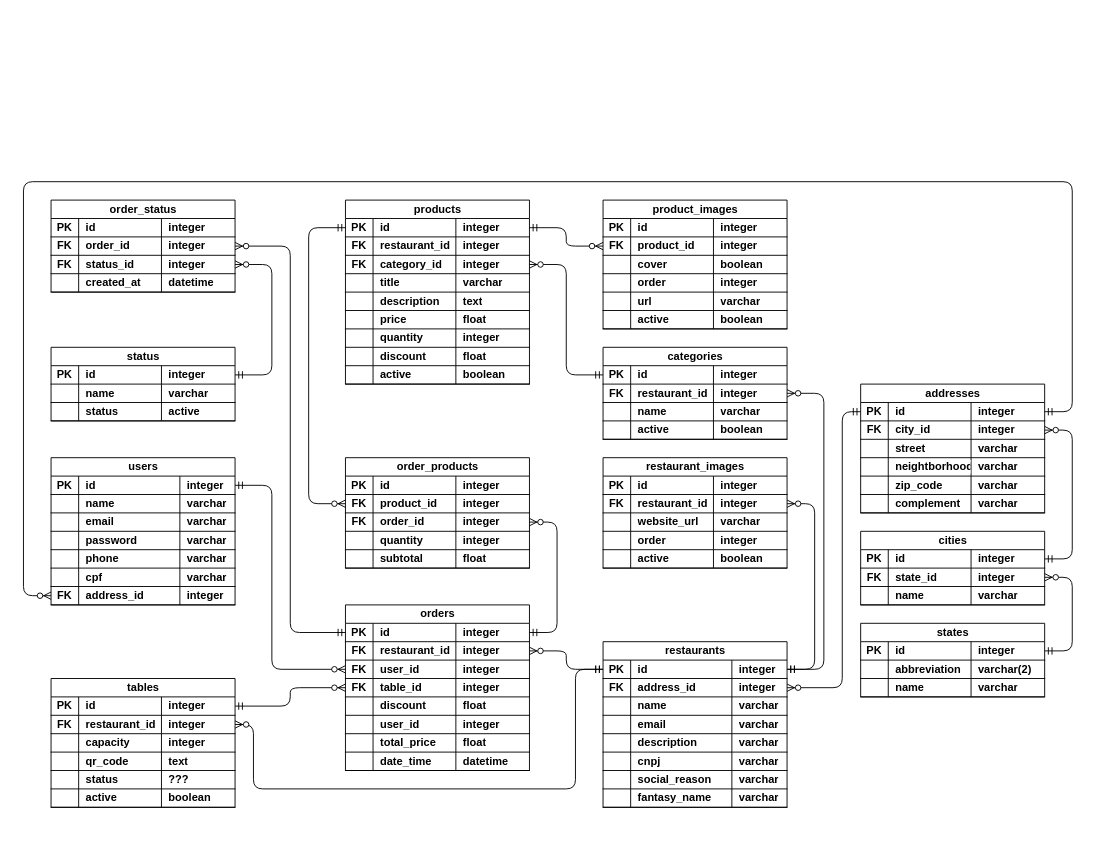
The draw.io diagram UML.drawio in univesp-pium/apprestaurantes, before the edit. Source tidied: cells renumbered, new cells numbered last; positions are measured from the earlier drawing's top-left corner, leaving out a move shared by most shapes. Both pictures are drawn from the tidied source at 92%, with x=0, y=0 at pixel (23, 181).
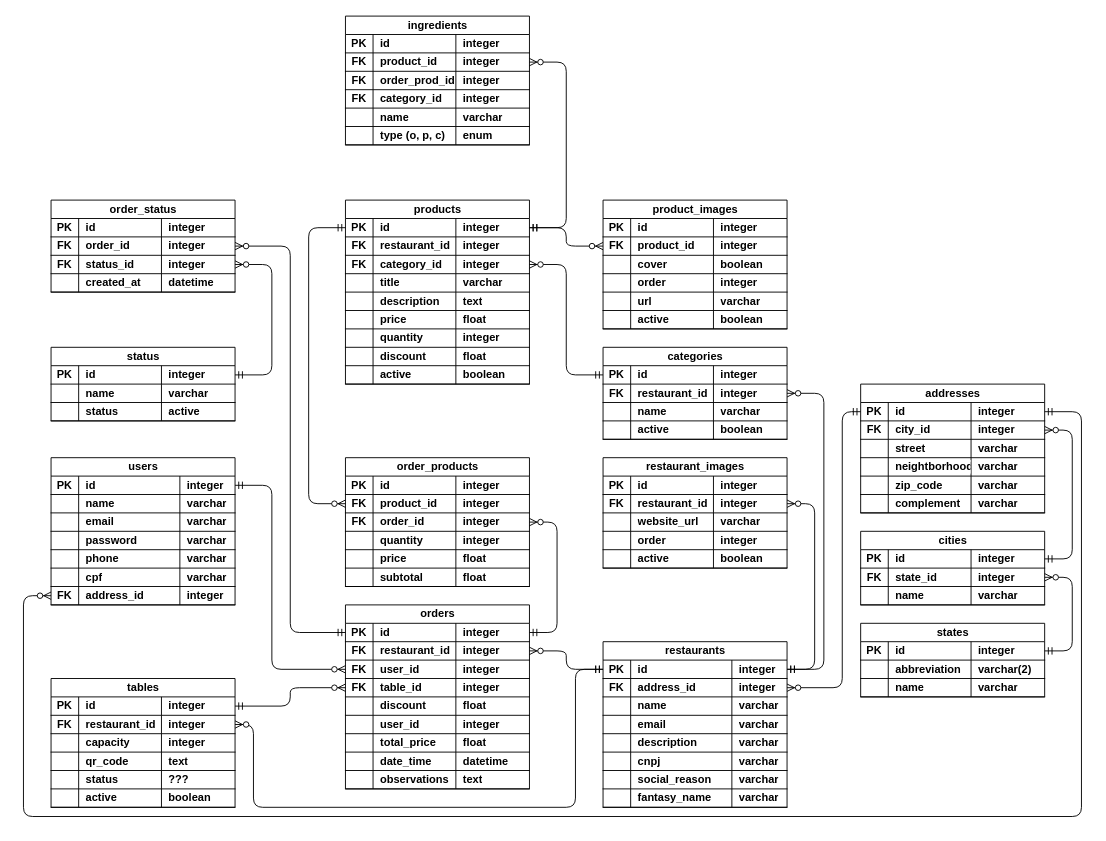
The same page after the edit.

Commit message (it also covers changes not shown here):
Adicionado observações no diagrama

Unchanged cells that the change refers to:
```xml
<mxCell id="27" style="shape=tableRow;horizontal=0;startSize=0;swimlaneHead=0;swimlaneBody=0;fillColor=none;points=[[0,0.5],[1,0.5]];portConstraint=eastwest;top=0;left=0;right=0;bottom=1;" parent="2" vertex="1">
  <mxGeometry y="140" width="200" height="20" as="geometry" />
</mxCell>
<mxCell id="32" style="shape=tableRow;horizontal=0;startSize=0;swimlaneHead=0;swimlaneBody=0;fillColor=none;points=[[0,0.5],[1,0.5]];portConstraint=eastwest;top=0;left=0;right=0;bottom=1;" parent="31" vertex="1">
  <mxGeometry y="20" width="200" height="20" as="geometry" />
</mxCell>
<mxCell id="170" style="shape=tableRow;horizontal=0;startSize=0;swimlaneHead=0;swimlaneBody=0;fillColor=none;points=[[0,0.5],[1,0.5]];portConstraint=eastwest;top=0;left=0;right=0;bottom=1;fontFamily=Helvetica;fontSize=12;fontColor=default;labelBackgroundColor=default;" parent="169" vertex="1">
  <mxGeometry y="20" width="200" height="20" as="geometry" />
</mxCell>
<mxCell id="253" style="shape=tableRow;horizontal=0;startSize=0;swimlaneHead=0;swimlaneBody=0;fillColor=none;points=[[0,0.5],[1,0.5]];portConstraint=eastwest;top=0;left=0;right=0;bottom=1;fontFamily=Helvetica;fontSize=12;fontColor=default;labelBackgroundColor=default;" parent="248" vertex="1">
  <mxGeometry y="40" width="200" height="20" as="geometry" />
</mxCell>
<mxCell id="274" style="shape=tableRow;horizontal=0;startSize=0;swimlaneHead=0;swimlaneBody=0;fillColor=none;points=[[0,0.5],[1,0.5]];portConstraint=eastwest;top=0;left=0;right=0;bottom=1;fontFamily=Helvetica;fontSize=12;fontColor=default;labelBackgroundColor=default;" parent="273" vertex="1">
  <mxGeometry y="20" width="200" height="20" as="geometry" />
</mxCell>
```

Change to the diagram source:
```diff
@@
     <mxCell id="85" value="orders" style="shape=table;startSize=20;childLayout=tableLayout;rowLines=0;fontStyle=1;align=center;html=1;fontFamily=Helvetica;fontSize=12;fontColor=default;labelBackgroundColor=default;" parent="1" vertex="1">
-      <mxGeometry x="350" y="460" width="200" height="180" as="geometry" />
+      <mxGeometry x="350" y="460" width="200" height="200" as="geometry" />
     </mxCell>
@@
+    <mxCell id="340" style="shape=tableRow;horizontal=0;startSize=0;swimlaneHead=0;swimlaneBody=0;fillColor=none;top=0;left=0;right=0;bottom=1;fontFamily=Helvetica;fontSize=12;fontColor=default;labelBackgroundColor=default;" parent="85" vertex="1">
+      <mxGeometry y="180" width="200" height="20" as="geometry" />
+    </mxCell>
+    <mxCell id="341" style="shape=partialRectangle;fillColor=none;top=0;left=0;bottom=0;right=0;fontStyle=1;overflow=hidden;whiteSpace=wrap;html=1;fontFamily=Helvetica;fontSize=12;fontColor=default;labelBackgroundColor=default;" parent="340" vertex="1">
+      <mxGeometry width="30" height="20" as="geometry" />
+    </mxCell>
+    <mxCell id="342" value="observations" style="shape=partialRectangle;fillColor=none;top=0;left=0;bottom=0;right=0;align=left;spacingLeft=6;fontStyle=1;overflow=hidden;whiteSpace=wrap;html=1;fontFamily=Helvetica;fontSize=12;fontColor=default;labelBackgroundColor=default;" parent="340" vertex="1">
+      <mxGeometry x="30" width="90" height="20" as="geometry" />
+    </mxCell>
+    <mxCell id="343" value="text" style="shape=partialRectangle;fillColor=none;top=0;left=0;bottom=0;right=0;align=left;spacingLeft=6;fontStyle=1;overflow=hidden;whiteSpace=wrap;html=1;fontFamily=Helvetica;fontSize=12;fontColor=default;labelBackgroundColor=default;" parent="340" vertex="1">
+      <mxGeometry x="120" width="80" height="20" as="geometry" />
+    </mxCell>
@@
     <mxCell id="148" value="order_products" style="shape=table;startSize=20;childLayout=tableLayout;rowLines=0;fontStyle=1;align=center;html=1;fontFamily=Helvetica;fontSize=12;fontColor=default;labelBackgroundColor=default;" parent="1" vertex="1">
-      <mxGeometry x="350" y="300" width="200" height="120" as="geometry" />
+      <mxGeometry x="350" y="300" width="200" height="140" as="geometry" />
     </mxCell>
@@
+    <mxCell id="344" style="shape=tableRow;horizontal=0;startSize=0;swimlaneHead=0;swimlaneBody=0;fillColor=none;top=0;left=0;right=0;bottom=1;fontFamily=Helvetica;fontSize=12;fontColor=default;labelBackgroundColor=default;" parent="148" vertex="1">
+      <mxGeometry y="100" width="200" height="20" as="geometry" />
+    </mxCell>
+    <mxCell id="345" style="shape=partialRectangle;fillColor=none;top=0;left=0;bottom=0;right=0;fontStyle=1;overflow=hidden;whiteSpace=wrap;html=1;fontFamily=Helvetica;fontSize=12;fontColor=default;labelBackgroundColor=default;" parent="344" vertex="1">
+      <mxGeometry width="30" height="20" as="geometry" />
+    </mxCell>
+    <mxCell id="346" value="price" style="shape=partialRectangle;fillColor=none;top=0;left=0;bottom=0;right=0;align=left;spacingLeft=6;fontStyle=1;overflow=hidden;whiteSpace=wrap;html=1;fontFamily=Helvetica;fontSize=12;fontColor=default;labelBackgroundColor=default;" parent="344" vertex="1">
+      <mxGeometry x="30" width="90" height="20" as="geometry" />
+    </mxCell>
+    <mxCell id="347" value="float" style="shape=partialRectangle;fillColor=none;top=0;left=0;bottom=0;right=0;align=left;spacingLeft=6;fontStyle=1;overflow=hidden;whiteSpace=wrap;html=1;fontFamily=Helvetica;fontSize=12;fontColor=default;labelBackgroundColor=default;" parent="344" vertex="1">
+      <mxGeometry x="120" width="80" height="20" as="geometry" />
+    </mxCell>
     <mxCell id="165" style="shape=tableRow;horizontal=0;startSize=0;swimlaneHead=0;swimlaneBody=0;fillColor=none;top=0;left=0;right=0;bottom=1;fontFamily=Helvetica;fontSize=12;fontColor=default;labelBackgroundColor=default;" parent="148" vertex="1">
-      <mxGeometry y="100" width="200" height="20" as="geometry" />
+      <mxGeometry y="120" width="200" height="20" as="geometry" />
     </mxCell>
@@
     <mxCell id="337" style="edgeStyle=orthogonalEdgeStyle;rounded=1;jettySize=auto;html=1;strokeColor=default;align=center;verticalAlign=middle;fontFamily=Helvetica;fontSize=12;fontColor=default;labelBackgroundColor=default;startArrow=ERmandOne;endArrow=ERzeroToMany;elbow=vertical;" parent="1" edge="1" source="32" target="253">
       <mxGeometry relative="1" as="geometry">
         <Array as="points">
           <mxPoint x="600" y="530" />
-          <mxPoint x="600" y="660" />
-          <mxPoint x="250" y="660" />
+          <mxPoint x="600" y="680" />
+          <mxPoint x="250" y="680" />
           <mxPoint x="250" y="590" />
         </Array>
       </mxGeometry>
     </mxCell>
     <mxCell id="338" style="edgeStyle=orthogonalEdgeStyle;rounded=1;jettySize=auto;html=1;strokeColor=default;align=center;verticalAlign=middle;fontFamily=Helvetica;fontSize=12;fontColor=default;labelBackgroundColor=default;startArrow=ERmandOne;endArrow=ERzeroToMany;" parent="1" edge="1" source="274" target="27">
       <mxGeometry relative="1" as="geometry">
         <Array as="points">
-          <mxPoint x="1140" y="250" />
-          <mxPoint x="1140" />
-          <mxPoint />
+          <mxPoint x="1150" y="250" />
+          <mxPoint x="1150" y="690" />
+          <mxPoint y="690" />
           <mxPoint y="450" />
         </Array>
       </mxGeometry>
     </mxCell>
@@
+    <mxCell id="348" value="ingredients" style="shape=table;startSize=20;childLayout=tableLayout;rowLines=0;fontStyle=1;align=center;html=1;fontFamily=Helvetica;fontSize=12;fontColor=default;labelBackgroundColor=default;" parent="1" vertex="1">
+      <mxGeometry x="350" y="-180" width="200" height="140" as="geometry" />
+    </mxCell>
+    <mxCell id="349" style="shape=tableRow;horizontal=0;startSize=0;swimlaneHead=0;swimlaneBody=0;fillColor=none;top=0;left=0;right=0;bottom=1;fontFamily=Helvetica;fontSize=12;fontColor=default;labelBackgroundColor=default;" parent="348" vertex="1">
+      <mxGeometry y="20" width="200" height="20" as="geometry" />
+    </mxCell>
+    <mxCell id="350" value="PK" style="shape=partialRectangle;fillColor=none;top=0;left=0;bottom=0;right=0;fontStyle=1;overflow=hidden;whiteSpace=wrap;html=1;fontFamily=Helvetica;fontSize=12;fontColor=default;labelBackgroundColor=default;" parent="349" vertex="1">
+      <mxGeometry width="30" height="20" as="geometry" />
+    </mxCell>
+    <mxCell id="351" value="id" style="shape=partialRectangle;fillColor=none;top=0;left=0;bottom=0;right=0;align=left;spacingLeft=6;fontStyle=1;overflow=hidden;whiteSpace=wrap;html=1;fontFamily=Helvetica;fontSize=12;fontColor=default;labelBackgroundColor=default;" parent="349" vertex="1">
+      <mxGeometry x="30" width="90" height="20" as="geometry" />
+    </mxCell>
+    <mxCell id="352" value="integer" style="shape=partialRectangle;fillColor=none;top=0;left=0;bottom=0;right=0;align=left;spacingLeft=6;fontStyle=1;overflow=hidden;whiteSpace=wrap;html=1;fontFamily=Helvetica;fontSize=12;fontColor=default;labelBackgroundColor=default;" parent="349" vertex="1">
+      <mxGeometry x="120" width="80" height="20" as="geometry" />
+    </mxCell>
+    <mxCell id="353" style="shape=tableRow;horizontal=0;startSize=0;swimlaneHead=0;swimlaneBody=0;fillColor=none;points=[[0,0.5],[1,0.5]];portConstraint=eastwest;top=0;left=0;right=0;bottom=1;fontFamily=Helvetica;fontSize=12;fontColor=default;labelBackgroundColor=default;" parent="348" vertex="1">
+      <mxGeometry y="40" width="200" height="20" as="geometry" />
+    </mxCell>
+    <mxCell id="354" value="FK" style="shape=partialRectangle;fillColor=none;top=0;left=0;bottom=0;right=0;fontStyle=1;overflow=hidden;whiteSpace=wrap;html=1;fontFamily=Helvetica;fontSize=12;fontColor=default;labelBackgroundColor=default;" parent="353" vertex="1">
+      <mxGeometry width="30" height="20" as="geometry" />
+    </mxCell>
+    <mxCell id="355" value="product_id" style="shape=partialRectangle;fillColor=none;top=0;left=0;bottom=0;right=0;align=left;spacingLeft=6;fontStyle=1;overflow=hidden;whiteSpace=wrap;html=1;fontFamily=Helvetica;fontSize=12;fontColor=default;labelBackgroundColor=default;" parent="353" vertex="1">
+      <mxGeometry x="30" width="90" height="20" as="geometry" />
+    </mxCell>
+    <mxCell id="356" value="integer" style="shape=partialRectangle;fillColor=none;top=0;left=0;bottom=0;right=0;align=left;spacingLeft=6;fontStyle=1;overflow=hidden;whiteSpace=wrap;html=1;fontFamily=Helvetica;fontSize=12;fontColor=default;labelBackgroundColor=default;" parent="353" vertex="1">
+      <mxGeometry x="120" width="80" height="20" as="geometry" />
+    </mxCell>
+    <mxCell id="357" style="shape=tableRow;horizontal=0;startSize=0;swimlaneHead=0;swimlaneBody=0;fillColor=none;top=0;left=0;right=0;bottom=1;fontFamily=Helvetica;fontSize=12;fontColor=default;labelBackgroundColor=default;" parent="348" vertex="1">
+      <mxGeometry y="60" width="200" height="20" as="geometry" />
+    </mxCell>
+    <mxCell id="358" value="FK" style="shape=partialRectangle;fillColor=none;top=0;left=0;bottom=0;right=0;fontStyle=1;overflow=hidden;whiteSpace=wrap;html=1;fontFamily=Helvetica;fontSize=12;fontColor=default;labelBackgroundColor=default;" parent="357" vertex="1">
+      <mxGeometry width="30" height="20" as="geometry" />
+    </mxCell>
+    <mxCell id="359" value="order_prod_id" style="shape=partialRectangle;fillColor=none;top=0;left=0;bottom=0;right=0;align=left;spacingLeft=6;fontStyle=1;overflow=hidden;whiteSpace=wrap;html=1;fontFamily=Helvetica;fontSize=12;fontColor=default;labelBackgroundColor=default;" parent="357" vertex="1">
+      <mxGeometry x="30" width="90" height="20" as="geometry" />
+    </mxCell>
+    <mxCell id="360" value="integer" style="shape=partialRectangle;fillColor=none;top=0;left=0;bottom=0;right=0;align=left;spacingLeft=6;fontStyle=1;overflow=hidden;whiteSpace=wrap;html=1;fontFamily=Helvetica;fontSize=12;fontColor=default;labelBackgroundColor=default;" parent="357" vertex="1">
+      <mxGeometry x="120" width="80" height="20" as="geometry" />
+    </mxCell>
+    <mxCell id="361" style="shape=tableRow;horizontal=0;startSize=0;swimlaneHead=0;swimlaneBody=0;fillColor=none;top=0;left=0;right=0;bottom=1;fontFamily=Helvetica;fontSize=12;fontColor=default;labelBackgroundColor=default;" parent="348" vertex="1">
+      <mxGeometry y="80" width="200" height="20" as="geometry" />
+    </mxCell>
+    <mxCell id="362" value="FK" style="shape=partialRectangle;fillColor=none;top=0;left=0;bottom=0;right=0;fontStyle=1;overflow=hidden;whiteSpace=wrap;html=1;fontFamily=Helvetica;fontSize=12;fontColor=default;labelBackgroundColor=default;" parent="361" vertex="1">
+      <mxGeometry width="30" height="20" as="geometry" />
+    </mxCell>
+    <mxCell id="363" value="category_id" style="shape=partialRectangle;fillColor=none;top=0;left=0;bottom=0;right=0;align=left;spacingLeft=6;fontStyle=1;overflow=hidden;whiteSpace=wrap;html=1;fontFamily=Helvetica;fontSize=12;fontColor=default;labelBackgroundColor=default;" parent="361" vertex="1">
+      <mxGeometry x="30" width="90" height="20" as="geometry" />
+    </mxCell>
+    <mxCell id="364" value="integer" style="shape=partialRectangle;fillColor=none;top=0;left=0;bottom=0;right=0;align=left;spacingLeft=6;fontStyle=1;overflow=hidden;whiteSpace=wrap;html=1;fontFamily=Helvetica;fontSize=12;fontColor=default;labelBackgroundColor=default;" parent="361" vertex="1">
+      <mxGeometry x="120" width="80" height="20" as="geometry" />
+    </mxCell>
+    <mxCell id="365" style="shape=tableRow;horizontal=0;startSize=0;swimlaneHead=0;swimlaneBody=0;fillColor=none;top=0;left=0;right=0;bottom=1;fontFamily=Helvetica;fontSize=12;fontColor=default;labelBackgroundColor=default;" parent="348" vertex="1">
+      <mxGeometry y="100" width="200" height="20" as="geometry" />
+    </mxCell>
+    <mxCell id="366" style="shape=partialRectangle;fillColor=none;top=0;left=0;bottom=0;right=0;fontStyle=1;overflow=hidden;whiteSpace=wrap;html=1;fontFamily=Helvetica;fontSize=12;fontColor=default;labelBackgroundColor=default;" parent="365" vertex="1">
+      <mxGeometry width="30" height="20" as="geometry" />
+    </mxCell>
+    <mxCell id="367" value="name" style="shape=partialRectangle;fillColor=none;top=0;left=0;bottom=0;right=0;align=left;spacingLeft=6;fontStyle=1;overflow=hidden;whiteSpace=wrap;html=1;fontFamily=Helvetica;fontSize=12;fontColor=default;labelBackgroundColor=default;" parent="365" vertex="1">
+      <mxGeometry x="30" width="90" height="20" as="geometry" />
+    </mxCell>
+    <mxCell id="368" value="varchar" style="shape=partialRectangle;fillColor=none;top=0;left=0;bottom=0;right=0;align=left;spacingLeft=6;fontStyle=1;overflow=hidden;whiteSpace=wrap;html=1;fontFamily=Helvetica;fontSize=12;fontColor=default;labelBackgroundColor=default;" parent="365" vertex="1">
+      <mxGeometry x="120" width="80" height="20" as="geometry" />
+    </mxCell>
+    <mxCell id="369" style="shape=tableRow;horizontal=0;startSize=0;swimlaneHead=0;swimlaneBody=0;fillColor=none;top=0;left=0;right=0;bottom=1;fontFamily=Helvetica;fontSize=12;fontColor=default;labelBackgroundColor=default;" parent="348" vertex="1">
+      <mxGeometry y="120" width="200" height="20" as="geometry" />
+    </mxCell>
+    <mxCell id="370" style="shape=partialRectangle;fillColor=none;top=0;left=0;bottom=0;right=0;fontStyle=1;overflow=hidden;whiteSpace=wrap;html=1;fontFamily=Helvetica;fontSize=12;fontColor=default;labelBackgroundColor=default;" parent="369" vertex="1">
+      <mxGeometry width="30" height="20" as="geometry" />
+    </mxCell>
+    <mxCell id="371" value="type (o, p, c)" style="shape=partialRectangle;fillColor=none;top=0;left=0;bottom=0;right=0;align=left;spacingLeft=6;fontStyle=1;overflow=hidden;whiteSpace=wrap;html=1;fontFamily=Helvetica;fontSize=12;fontColor=default;labelBackgroundColor=default;" parent="369" vertex="1">
+      <mxGeometry x="30" width="90" height="20" as="geometry" />
+    </mxCell>
+    <mxCell id="372" value="enum" style="shape=partialRectangle;fillColor=none;top=0;left=0;bottom=0;right=0;align=left;spacingLeft=6;fontStyle=1;overflow=hidden;whiteSpace=wrap;html=1;fontFamily=Helvetica;fontSize=12;fontColor=default;labelBackgroundColor=default;" parent="369" vertex="1">
+      <mxGeometry x="120" width="80" height="20" as="geometry" />
+    </mxCell>
+    <mxCell id="373" style="edgeStyle=elbowEdgeStyle;curved=0;rounded=1;jettySize=auto;html=1;strokeColor=default;align=center;verticalAlign=middle;fontFamily=Helvetica;fontSize=12;fontColor=default;labelBackgroundColor=default;startArrow=ERmandOne;endArrow=ERzeroToMany;" parent="1" edge="1" source="170" target="353">
+      <mxGeometry relative="1" as="geometry">
+        <Array as="points">
+          <mxPoint x="590" />
+        </Array>
+      </mxGeometry>
+    </mxCell>
```
